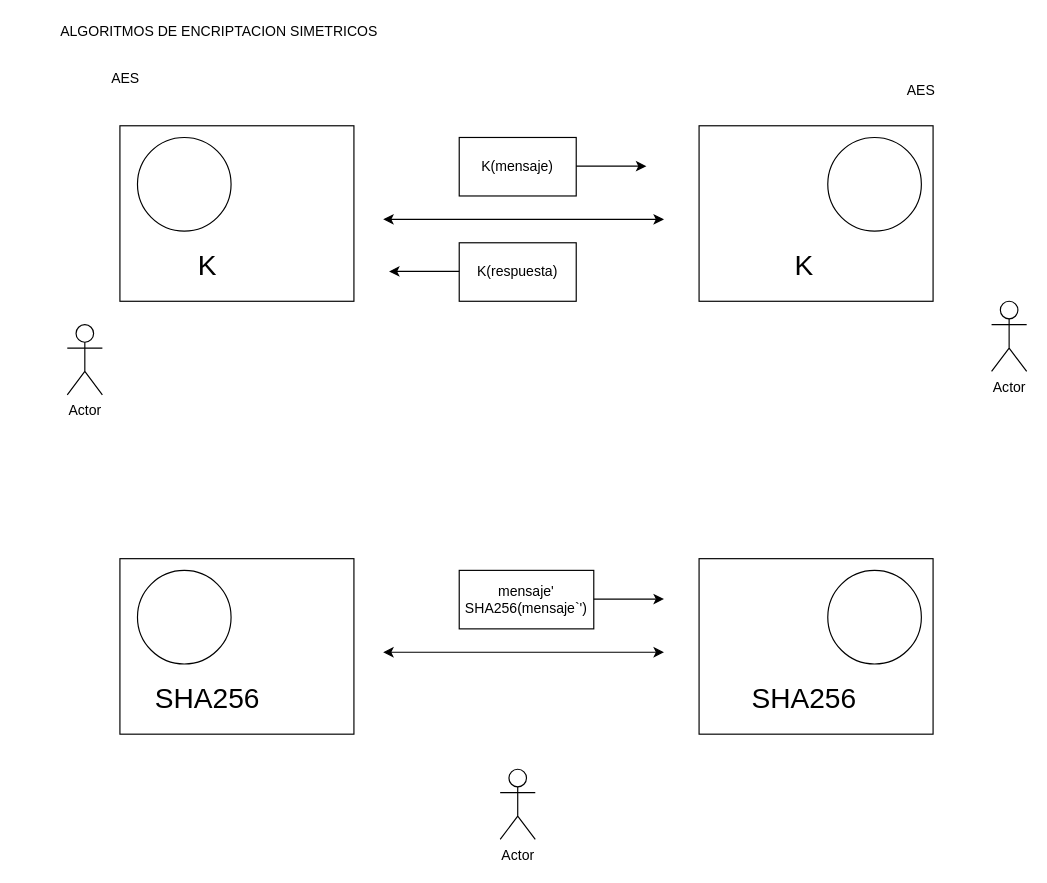
Earlier version of the draw.io diagram page "Página-46" (45 of 48) of diagramas.drawio (almoril00/MEAN). Source tidied: cells renumbered, new cells numbered last; positions are measured from the earlier drawing's top-left corner, leaving out a move shared by most shapes. Both pictures are drawn from the tidied source at 117%, with x=0, y=0 at pixel (20, 20).
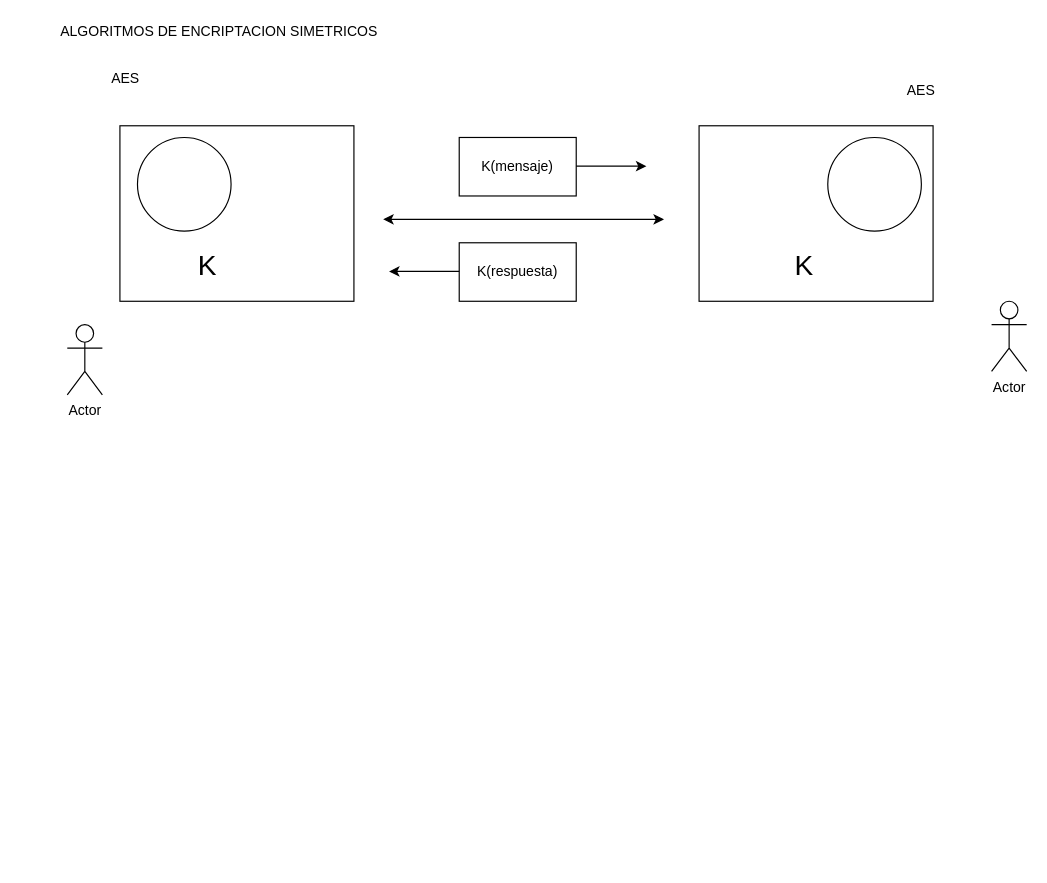
After the change.

What changed in the source:
```diff
@@
-    <mxCell id="18" style="rounded=0;whiteSpace=wrap;html=1;fillColor=none;" parent="1" vertex="1">
-      <mxGeometry x="580" y="460" width="200" height="150" as="geometry" />
-    </mxCell>
-    <mxCell id="19" style="rounded=0;whiteSpace=wrap;html=1;fillColor=none;" parent="1" vertex="1">
-      <mxGeometry x="85" y="460" width="200" height="150" as="geometry" />
-    </mxCell>
-    <mxCell id="20" style="endArrow=classic;startArrow=classic;html=1;" parent="1" edge="1">
-      <mxGeometry relative="1" as="geometry">
-        <mxPoint x="310" y="540" as="sourcePoint" />
-        <mxPoint x="550" y="540" as="targetPoint" />
-      </mxGeometry>
-    </mxCell>
-    <mxCell id="21" style="ellipse;whiteSpace=wrap;html=1;" parent="1" vertex="1">
-      <mxGeometry x="100" y="470" width="80" height="80" as="geometry" />
-    </mxCell>
-    <mxCell id="22" style="ellipse;whiteSpace=wrap;html=1;" parent="1" vertex="1">
-      <mxGeometry x="690" y="470" width="80" height="80" as="geometry" />
-    </mxCell>
-    <mxCell id="23" value="&lt;font style=&quot;font-size: 24px&quot;&gt;SHA256&lt;/font&gt;" style="text;html=1;strokeColor=none;fillColor=none;align=center;verticalAlign=middle;whiteSpace=wrap;rounded=0;" parent="1" vertex="1">
-      <mxGeometry x="140" y="570" width="40" height="20" as="geometry" />
-    </mxCell>
-    <mxCell id="24" value="mensaje'&lt;br&gt;SHA256(mensaje`')" style="rounded=0;whiteSpace=wrap;html=1;" parent="1" vertex="1">
-      <mxGeometry x="375" y="470" width="115" height="50" as="geometry" />
-    </mxCell>
-    <mxCell id="25" style="endArrow=classic;html=1;" parent="1" edge="1">
-      <mxGeometry relative="1" as="geometry">
-        <mxPoint x="490" y="494.5" as="sourcePoint" />
-        <mxPoint x="550" y="494.5" as="targetPoint" />
-      </mxGeometry>
-    </mxCell>
-    <mxCell id="26" value="&lt;font style=&quot;font-size: 24px&quot;&gt;SHA256&lt;/font&gt;" style="text;html=1;strokeColor=none;fillColor=none;align=center;verticalAlign=middle;whiteSpace=wrap;rounded=0;" parent="1" vertex="1">
-      <mxGeometry x="650" y="570" width="40" height="20" as="geometry" />
-    </mxCell>
-    <mxCell id="27" value="Actor" style="shape=umlActor;verticalLabelPosition=bottom;verticalAlign=top;html=1;fillColor=none;" parent="1" vertex="1">
-      <mxGeometry x="410" y="640" width="30" height="60" as="geometry" />
-    </mxCell>
```
